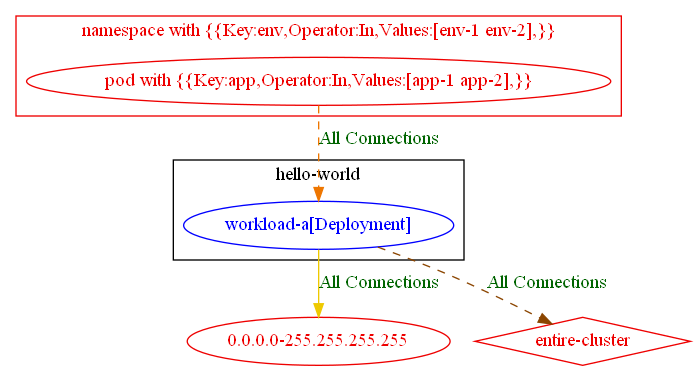
np-guard/netpol-analyzer keeps this Graphviz diagram as test_outputs/connlist/exposure_test_with_match_expression_in_op_exposure_output.dot.png. Above is the earlier version. Its source is kept beside it as test_outputs/connlist/exposure_test_with_match_expression_in_op_exposure_output.dot.
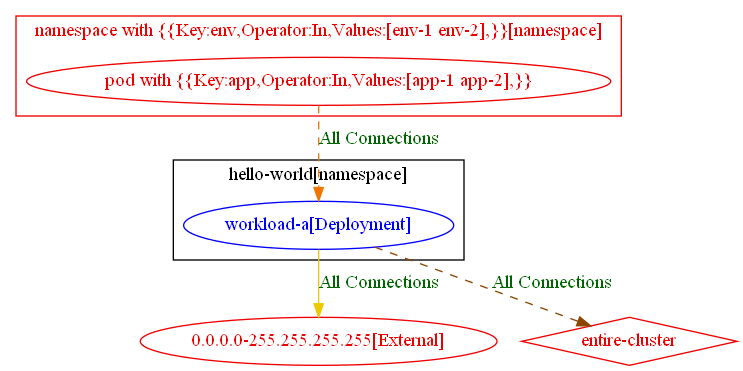
After the change.

The edit, as a diff of the source:
```diff
@@ -1,19 +1,19 @@
 digraph {
-	subgraph "cluster_hello_world" {
+	subgraph "cluster_hello_world[namespace]" {
 		color="black"
 		fontcolor="black"
 		"hello-world/workload-a[Deployment]" [label="workload-a[Deployment]" color="blue" fontcolor="blue"]
-		label="hello-world"
+		label="hello-world[namespace]"
 	}
-	subgraph "cluster_namespace with {{Key:env,Operator:In,Values:[env_1 env_2],}}" {
+	subgraph "cluster_namespace with {{Key:env,Operator:In,Values:[env_1 env_2],}}[namespace]" {
 		color="red2"
 		fontcolor="red2"
 		"pod with {{Key:app,Operator:In,Values:[app-1 app-2],}}_in_namespace with {{Key:env,Operator:In,Values:[env-1 env-2],}}" [label="pod with {{Key:app,Operator:In,Values:[app-1 app-2],}}" color="red2" fontcolor="red2"]
-		label="namespace with {{Key:env,Operator:In,Values:[env-1 env-2],}}"
+		label="namespace with {{Key:env,Operator:In,Values:[env-1 env-2],}}[namespace]"
 	}
-	"0.0.0.0-255.255.255.255" [label="0.0.0.0-255.255.255.255" color="red2" fontcolor="red2"]
+	"0.0.0.0-255.255.255.255[External]" [label="0.0.0.0-255.255.255.255[External]" color="red2" fontcolor="red2"]
 	"entire-cluster" [label="entire-cluster" color="red2" fontcolor="red2" shape=diamond]
-	"hello-world/workload-a[Deployment]" -> "0.0.0.0-255.255.255.255" [label="All Connections" color="gold2" fontcolor="darkgreen" weight=1]
+	"hello-world/workload-a[Deployment]" -> "0.0.0.0-255.255.255.255[External]" [label="All Connections" color="gold2" fontcolor="darkgreen" weight=1]
 	"hello-world/workload-a[Deployment]" -> "entire-cluster" [label="All Connections" color="darkorange4" fontcolor="darkgreen" weight=0.5 style=dashed]
 	"pod with {{Key:app,Operator:In,Values:[app-1 app-2],}}_in_namespace with {{Key:env,Operator:In,Values:[env-1 env-2],}}" -> "hello-world/workload-a[Deployment]" [label="All Connections" color="darkorange2" fontcolor="darkgreen" weight=1 style=dashed]
 }
```
